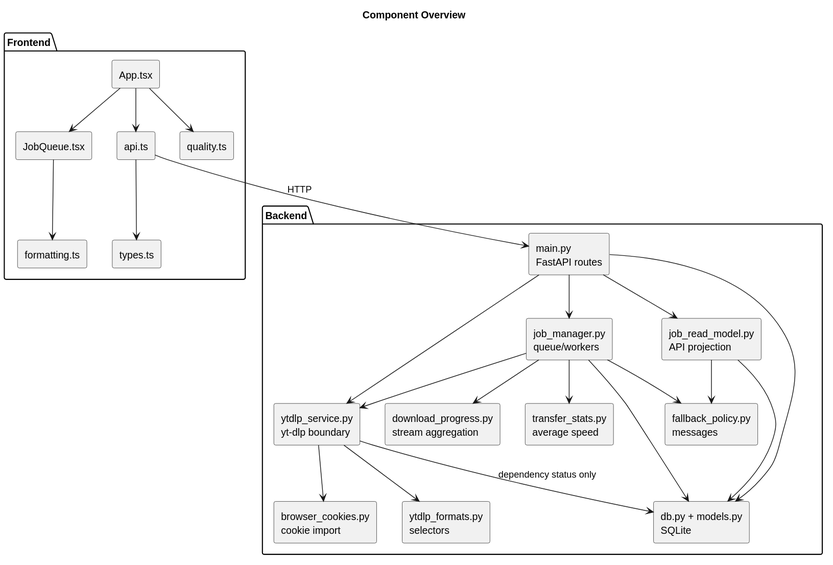
The PlantUML diagram docs/assets/diagrams/component-overview.svg in hnucjx/Design-and-Implementation-of-Database-Watermarking-Algorithms-Resistant-to-Brute-Force-Attacks., before a commit.
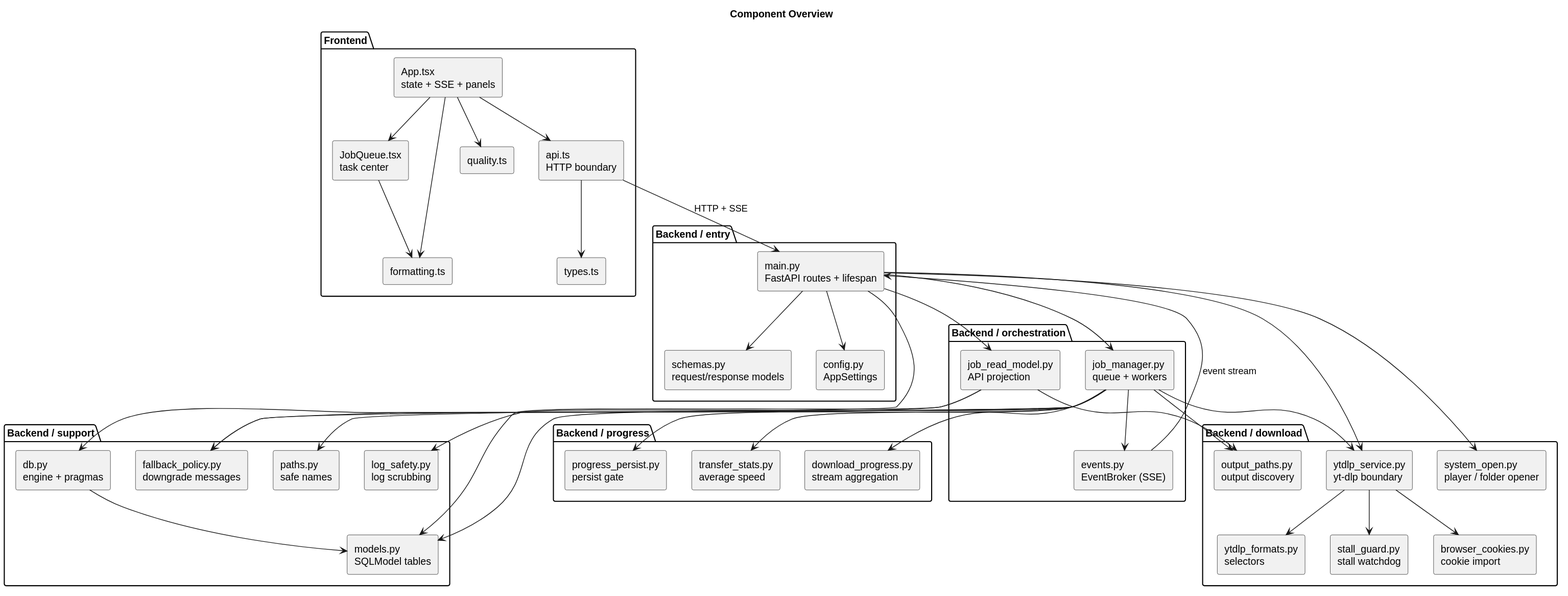
The same file after the commit.

Diff of the diagram source:
```diff
@@ -4,45 +4,79 @@
 skinparam shadowing false
 
 package "Frontend" {
-  [App.tsx] as App
-  [JobQueue.tsx] as Queue
-  [api.ts] as ApiClient
+  [App.tsx\nstate + SSE + panels] as App
+  [JobQueue.tsx\ntask center] as Queue
+  [api.ts\nHTTP boundary] as ApiClient
   [types.ts] as Types
   [quality.ts] as Quality
   [formatting.ts] as Formatting
 }
 
-package "Backend" {
-  [main.py\nFastAPI routes] as Main
-  [job_manager.py\nqueue/workers] as Manager
+package "Backend / entry" {
+  [main.py\nFastAPI routes + lifespan] as Main
+  [schemas.py\nrequest/response models] as Schemas
+  [config.py\nAppSettings] as Config
+}
+
+package "Backend / orchestration" {
+  [job_manager.py\nqueue + workers] as Manager
   [job_read_model.py\nAPI projection] as ReadModel
+  [events.py\nEventBroker (SSE)] as Broker
+}
+
+package "Backend / download" {
   [ytdlp_service.py\nyt-dlp boundary] as Service
+  [ytdlp_formats.py\nselectors] as Formats
+  [stall_guard.py\nstall watchdog] as StallGuard
   [browser_cookies.py\ncookie import] as Cookies
-  [ytdlp_formats.py\nselectors] as Formats
-  [fallback_policy.py\nmessages] as Fallback
+  [system_open.py\nplayer / folder opener] as SystemOpen
+  [output_paths.py\noutput discovery] as OutputPaths
+}
+
+package "Backend / progress" {
   [download_progress.py\nstream aggregation] as Progress
+  [progress_persist.py\npersist gate] as PersistGate
   [transfer_stats.py\naverage speed] as Stats
-  [db.py + models.py\nSQLite] as Data
+}
+
+package "Backend / support" {
+  [models.py\nSQLModel tables] as Models
+  [db.py\nengine + pragmas] as DB
+  [fallback_policy.py\ndowngrade messages] as Fallback
+  [paths.py\nsafe names] as Paths
+  [log_safety.py\nlog scrubbing] as LogSafety
 }
 
 App --> Queue
 App --> ApiClient
 App --> Quality
+App --> Formatting
 Queue --> Formatting
 ApiClient --> Types
-ApiClient --> Main : HTTP
+ApiClient --> Main : HTTP + SSE
+Main --> Config
+Main --> Schemas
 Main --> Manager
 Main --> ReadModel
 Main --> Service
-Main --> Data
+Main --> DB
+Main --> SystemOpen
 Manager --> Service
 Manager --> Progress
+Manager --> PersistGate
 Manager --> Stats
 Manager --> Fallback
-Manager --> Data
+Manager --> OutputPaths
+Manager --> Paths
+Manager --> LogSafety
+Manager --> Broker
+Manager --> Models
 ReadModel --> Fallback
-ReadModel --> Data
+ReadModel --> OutputPaths
+ReadModel --> Models
 Service --> Formats
 Service --> Cookies
-Service --> Data : dependency status only
+Service --> StallGuard
+DB --> Models
+Broker --> Main : event stream
 @enduml
```
